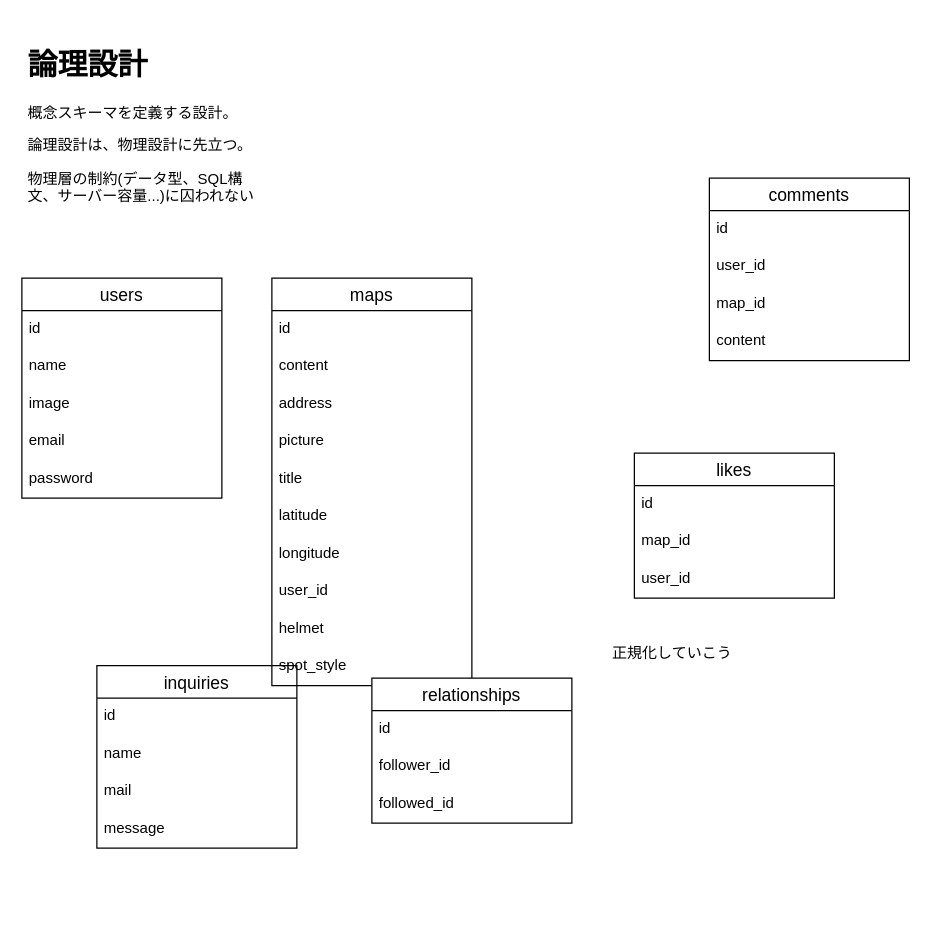
This is redo-skatespotsearch-ER.drawio from uechikohei/spot-diggz, a draw.io file, before an edit. Source tidied: cells renumbered, new cells numbered last; positions are measured from the earlier drawing's top-left corner, leaving out a move shared by most shapes. Both pictures are drawn from the tidied source at 125%, with x=0, y=0 at pixel (21, 40).
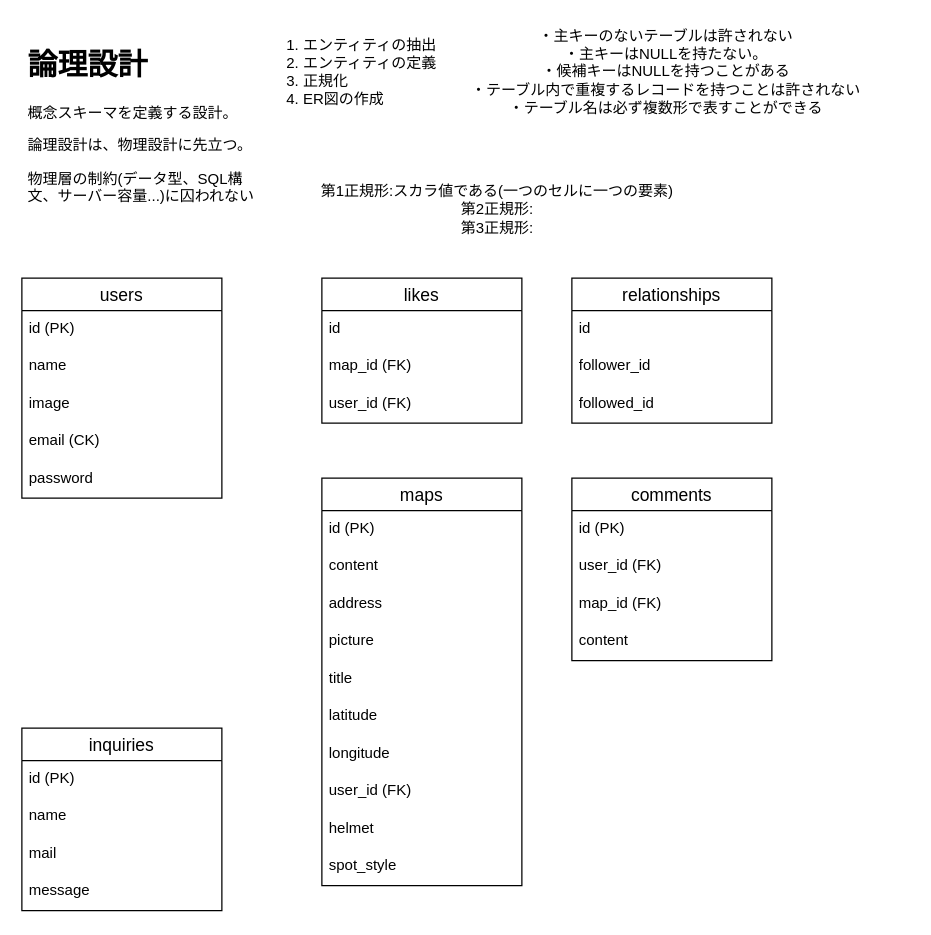
Above is the later version.

Commit message (it also covers changes not shown here):
redo-skatespotsearch-ER.drawio を更新します

The change refers to these unchanged cells:
```xml
<mxCell id="8" value="users" style="swimlane;fontStyle=0;horizontal=1;startSize=26;align=center;fontSize=14;" parent="1" vertex="1">
  <mxGeometry y="190" width="160" height="176" as="geometry" />
</mxCell>
```

What changed in the source:
```diff
@@
-    <mxCell id="2" value="正規化していこう" style="text;html=1;align=center;verticalAlign=middle;" parent="1" vertex="1">
-      <mxGeometry x="465" y="480" width="110" height="20" as="geometry" />
+    <mxCell id="2" value="第1正規形:スカラ値である(一つのセルに一つの要素)&lt;br&gt;第2正規形:&lt;br&gt;第3正規形:" style="text;html=1;align=center;verticalAlign=middle;" parent="1" vertex="1">
+      <mxGeometry x="230" y="110" width="300" height="50" as="geometry" />
     </mxCell>
     <mxCell id="3" value="comments" style="swimlane;fontStyle=0;horizontal=1;startSize=26;align=center;fontSize=14;" parent="1" vertex="1">
-      <mxGeometry x="550" y="110" width="160" height="146" as="geometry" />
+      <mxGeometry x="440" y="350" width="160" height="146" as="geometry" />
     </mxCell>
-    <mxCell id="4" value="id" style="text;strokeColor=none;fillColor=none;spacingLeft=4;spacingRight=4;overflow=hidden;fontSize=12;" parent="3" vertex="1">
+    <mxCell id="4" value="id (PK)" style="text;strokeColor=none;fillColor=none;spacingLeft=4;spacingRight=4;overflow=hidden;fontSize=12;" parent="3" vertex="1">
       <mxGeometry y="26" width="160" height="30" as="geometry" />
     </mxCell>
-    <mxCell id="5" value="user_id" style="text;strokeColor=none;fillColor=none;spacingLeft=4;spacingRight=4;overflow=hidden;fontSize=12;" parent="3" vertex="1">
+    <mxCell id="5" value="user_id (FK)" style="text;strokeColor=none;fillColor=none;spacingLeft=4;spacingRight=4;overflow=hidden;fontSize=12;" parent="3" vertex="1">
       <mxGeometry y="56" width="160" height="30" as="geometry" />
     </mxCell>
-    <mxCell id="6" value="map_id" style="text;strokeColor=none;fillColor=none;spacingLeft=4;spacingRight=4;overflow=hidden;fontSize=12;" parent="3" vertex="1">
+    <mxCell id="6" value="map_id (FK)" style="text;strokeColor=none;fillColor=none;spacingLeft=4;spacingRight=4;overflow=hidden;fontSize=12;" parent="3" vertex="1">
       <mxGeometry y="86" width="160" height="30" as="geometry" />
     </mxCell>
@@
-    <mxCell id="9" value="id" style="text;strokeColor=none;fillColor=none;spacingLeft=4;spacingRight=4;overflow=hidden;fontSize=12;" parent="8" vertex="1">
+    <mxCell id="9" value="id (PK)" style="text;strokeColor=none;fillColor=none;spacingLeft=4;spacingRight=4;overflow=hidden;fontSize=12;" parent="8" vertex="1">
       <mxGeometry y="26" width="160" height="30" as="geometry" />
     </mxCell>
@@
-    <mxCell id="12" value="email" style="text;strokeColor=none;fillColor=none;spacingLeft=4;spacingRight=4;overflow=hidden;fontSize=12;" parent="8" vertex="1">
+    <mxCell id="12" value="email (CK)" style="text;strokeColor=none;fillColor=none;spacingLeft=4;spacingRight=4;overflow=hidden;fontSize=12;" parent="8" vertex="1">
       <mxGeometry y="116" width="160" height="30" as="geometry" />
     </mxCell>
@@
     <mxCell id="14" value="inquiries" style="swimlane;fontStyle=0;horizontal=1;startSize=26;align=center;fontSize=14;" parent="1" vertex="1">
-      <mxGeometry x="60" y="500" width="160" height="146" as="geometry" />
+      <mxGeometry y="550" width="160" height="146" as="geometry" />
     </mxCell>
-    <mxCell id="15" value="id" style="text;strokeColor=none;fillColor=none;spacingLeft=4;spacingRight=4;overflow=hidden;fontSize=12;" parent="14" vertex="1">
+    <mxCell id="15" value="id (PK)" style="text;strokeColor=none;fillColor=none;spacingLeft=4;spacingRight=4;overflow=hidden;fontSize=12;" parent="14" vertex="1">
       <mxGeometry y="26" width="160" height="30" as="geometry" />
     </mxCell>
@@
     <mxCell id="19" value="likes" style="swimlane;fontStyle=0;horizontal=1;startSize=26;align=center;fontSize=14;" parent="1" vertex="1">
-      <mxGeometry x="490" y="330" width="160" height="116" as="geometry" />
+      <mxGeometry x="240" y="190" width="160" height="116" as="geometry" />
     </mxCell>
@@
-    <mxCell id="21" value="map_id" style="text;strokeColor=none;fillColor=none;spacingLeft=4;spacingRight=4;overflow=hidden;fontSize=12;" parent="19" vertex="1">
+    <mxCell id="21" value="map_id (FK)" style="text;strokeColor=none;fillColor=none;spacingLeft=4;spacingRight=4;overflow=hidden;fontSize=12;" parent="19" vertex="1">
       <mxGeometry y="56" width="160" height="30" as="geometry" />
     </mxCell>
-    <mxCell id="22" value="user_id" style="text;strokeColor=none;fillColor=none;spacingLeft=4;spacingRight=4;overflow=hidden;fontSize=12;" parent="19" vertex="1">
+    <mxCell id="22" value="user_id (FK)" style="text;strokeColor=none;fillColor=none;spacingLeft=4;spacingRight=4;overflow=hidden;fontSize=12;" parent="19" vertex="1">
       <mxGeometry y="86" width="160" height="30" as="geometry" />
     </mxCell>
     <mxCell id="23" value="maps" style="swimlane;fontStyle=0;horizontal=1;startSize=26;align=center;fontSize=14;" parent="1" vertex="1">
-      <mxGeometry x="200" y="190" width="160" height="326" as="geometry" />
+      <mxGeometry x="240" y="350" width="160" height="326" as="geometry" />
     </mxCell>
-    <mxCell id="24" value="id" style="text;strokeColor=none;fillColor=none;spacingLeft=4;spacingRight=4;overflow=hidden;fontSize=12;" parent="23" vertex="1">
+    <mxCell id="24" value="id (PK)" style="text;strokeColor=none;fillColor=none;spacingLeft=4;spacingRight=4;overflow=hidden;fontSize=12;" parent="23" vertex="1">
       <mxGeometry y="26" width="160" height="30" as="geometry" />
     </mxCell>
@@
-    <mxCell id="31" value="user_id" style="text;strokeColor=none;fillColor=none;spacingLeft=4;spacingRight=4;overflow=hidden;fontSize=12;" parent="23" vertex="1">
+    <mxCell id="31" value="user_id (FK)" style="text;strokeColor=none;fillColor=none;spacingLeft=4;spacingRight=4;overflow=hidden;fontSize=12;" parent="23" vertex="1">
       <mxGeometry y="236" width="160" height="30" as="geometry" />
     </mxCell>
@@
     <mxCell id="34" value="relationships" style="swimlane;fontStyle=0;horizontal=1;startSize=26;align=center;fontSize=14;" parent="1" vertex="1">
-      <mxGeometry x="280" y="510" width="160" height="116" as="geometry" />
+      <mxGeometry x="440" y="190" width="160" height="116" as="geometry" />
     </mxCell>
@@
+    <mxCell id="39" value="1. エンティティの抽出&lt;br&gt;2. エンティティの定義&lt;br&gt;3. 正規化&lt;br&gt;4. ER図の作成" style="text;whiteSpace=wrap;html=1;" parent="1" vertex="1">
+      <mxGeometry x="210" y="-10" width="130" height="80" as="geometry" />
+    </mxCell>
+    <mxCell id="40" value="・主キーのないテーブルは許されない&lt;br&gt;・主キーはNULLを持たない。&lt;br&gt;・候補キーはNULLを持つことがある&lt;br&gt;・テーブル内で重複するレコードを持つことは許されない&lt;br&gt;・テーブル名は必ず複数形で表すことができる" style="text;html=1;align=center;verticalAlign=middle;" parent="1" vertex="1">
+      <mxGeometry x="350" y="-15" width="330" height="80" as="geometry" />
+    </mxCell>
```
